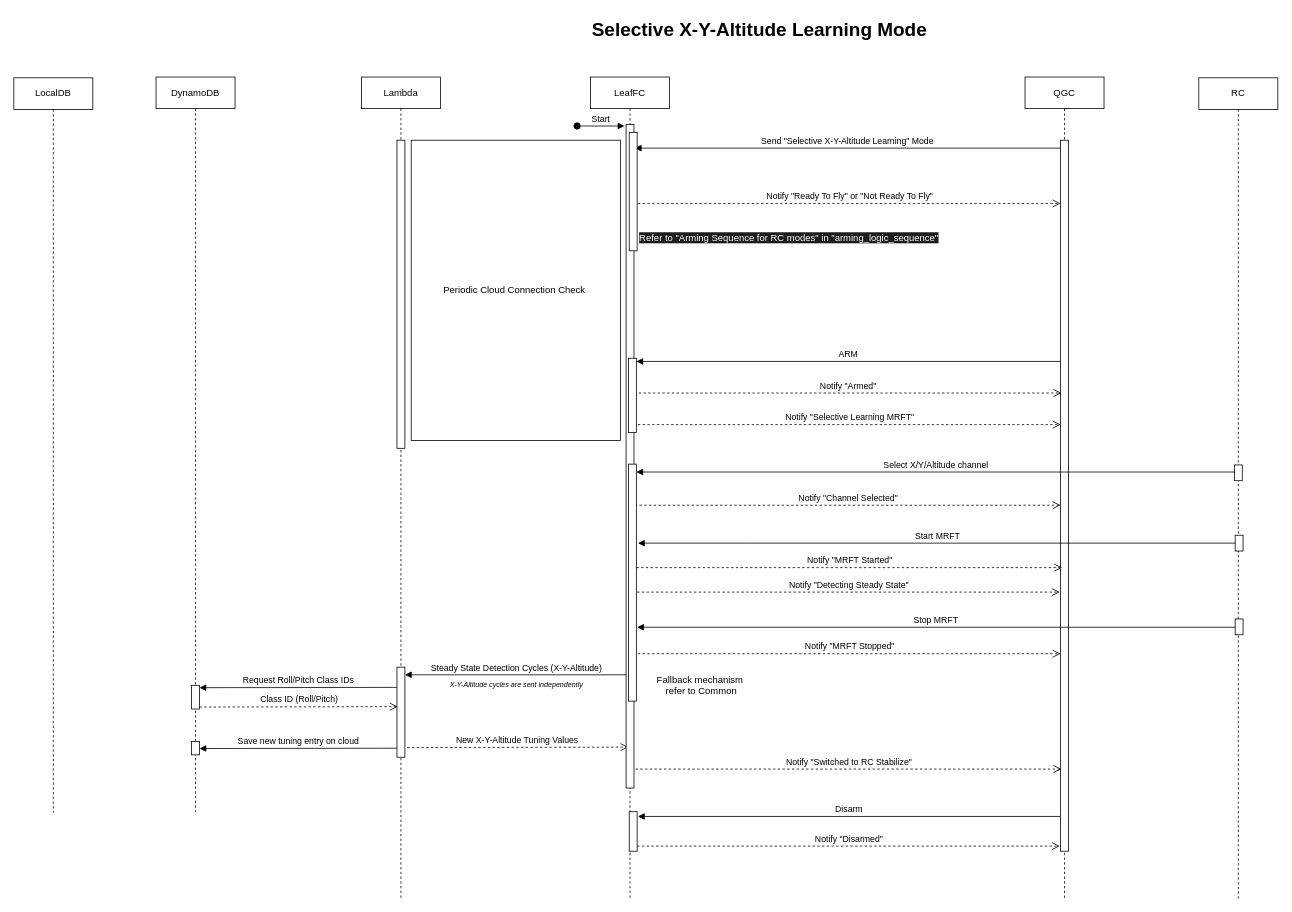
Earlier version of the draw.io diagram Guide/HEAR Software/Flight Modes/Modes Sequence Diagrams/X-Y-Altitude selective learning mode.drawio (DroneLeaf/HEAR_wiki). Source tidied: cells renumbered, new cells numbered last; positions are measured from the earlier drawing's top-left corner, leaving out a move shared by most shapes. Both pictures are drawn from the tidied source at 79%, with x=0, y=0 at pixel (13, 13).
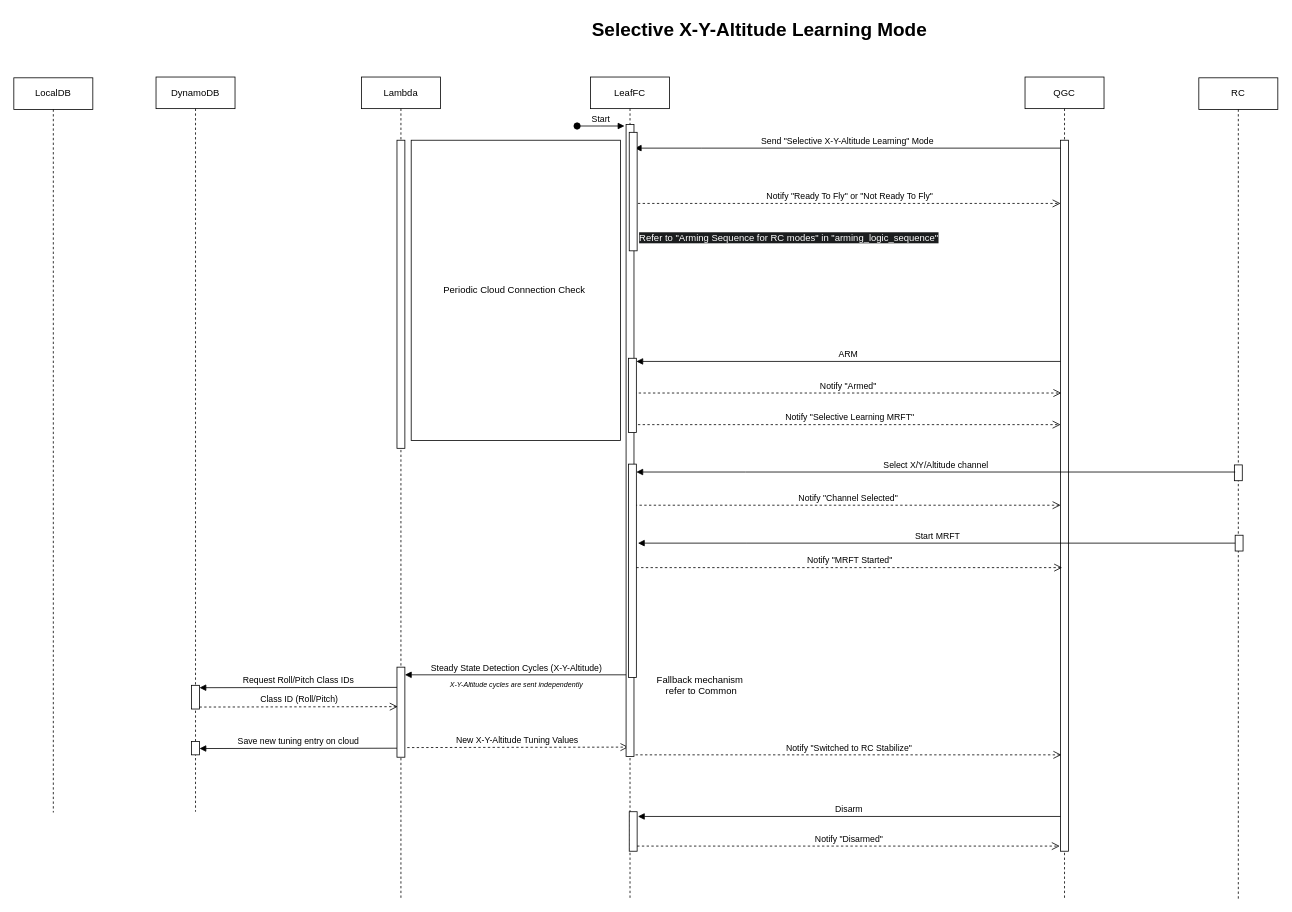
The same diagram, later.

Commit message (it also covers changes not shown here):
fixes to FSAC behaviour

The change refers to these unchanged cells:
```xml
<mxCell id="28" value="&lt;div&gt;RC&lt;/div&gt;" style="shape=umlLifeline;perimeter=lifelinePerimeter;whiteSpace=wrap;html=1;newEdgeStyle={&quot;edgeStyle&quot;:&quot;elbowEdgeStyle&quot;,&quot;elbow&quot;:&quot;vertical&quot;,&quot;curved&quot;:0,&quot;rounded&quot;:0};" parent="1" vertex="1">
  <mxGeometry x="1500" y="81" width="100" height="1039" as="geometry" />
</mxCell>
```

Diff of the diagram source:
```diff
@@
     <mxCell id="23" style="html=1;perimeter=orthogonalPerimeter;targetShapes=umlLifeline;newEdgeStyle={&quot;edgeStyle&quot;:&quot;elbowEdgeStyle&quot;,&quot;elbow&quot;:&quot;vertical&quot;,&quot;curved&quot;:0,&quot;rounded&quot;:0};" parent="1" vertex="1">
-      <mxGeometry x="775" y="140" width="10" height="840" as="geometry" />
+      <mxGeometry x="775" y="140" width="10" height="800" as="geometry" />
     </mxCell>
@@
     <mxCell id="26" style="html=1;points=[];perimeter=orthogonalPerimeter;outlineConnect=0;targetShapes=umlLifeline;portConstraint=eastwest;newEdgeStyle={&quot;edgeStyle&quot;:&quot;elbowEdgeStyle&quot;,&quot;elbow&quot;:&quot;vertical&quot;,&quot;curved&quot;:0,&quot;rounded&quot;:0};" parent="1" vertex="1">
-      <mxGeometry x="778" y="570" width="10" height="300" as="geometry" />
+      <mxGeometry x="778" y="570" width="10" height="270" as="geometry" />
     </mxCell>
@@
-    <mxCell id="30" style="html=1;points=[];perimeter=orthogonalPerimeter;outlineConnect=0;targetShapes=umlLifeline;portConstraint=eastwest;newEdgeStyle={&quot;edgeStyle&quot;:&quot;elbowEdgeStyle&quot;,&quot;elbow&quot;:&quot;vertical&quot;,&quot;curved&quot;:0,&quot;rounded&quot;:0};" parent="28" vertex="1">
-      <mxGeometry x="46" y="685" width="10" height="20" as="geometry" />
-    </mxCell>
@@
     <mxCell id="39" value="Notify&amp;nbsp;&quot;Switched to RC Stabilize&quot;" style="html=1;verticalAlign=bottom;endArrow=open;dashed=1;endSize=8;edgeStyle=elbowEdgeStyle;elbow=vertical;curved=0;rounded=0;" parent="1" edge="1">
       <mxGeometry relative="1" as="geometry">
-        <mxPoint x="787" y="956" as="sourcePoint" />
-        <mxPoint x="1326" y="956" as="targetPoint" />
+        <mxPoint x="787" y="938" as="sourcePoint" />
+        <mxPoint x="1326" y="938" as="targetPoint" />
         <Array as="points">
-          <mxPoint x="871" y="956" />
+          <mxPoint x="871" y="938" />
         </Array>
       </mxGeometry>
     </mxCell>
@@
-    <mxCell id="42" value="Stop MRFT" style="html=1;verticalAlign=bottom;endArrow=block;edgeStyle=elbowEdgeStyle;elbow=vertical;curved=0;rounded=0;" parent="1" edge="1" source="30">
-      <mxGeometry relative="1" as="geometry">
-        <mxPoint x="789" y="776.5" as="targetPoint" />
-        <Array as="points">
-          <mxPoint x="879" y="776.5" />
-        </Array>
-      </mxGeometry>
-    </mxCell>
-    <mxCell id="43" value="Notify&amp;nbsp;&quot;Detecting Steady State&quot;" style="html=1;verticalAlign=bottom;endArrow=open;dashed=1;endSize=8;edgeStyle=elbowEdgeStyle;elbow=vertical;curved=0;rounded=0;" parent="1" edge="1">
-      <mxGeometry relative="1" as="geometry">
-        <mxPoint x="789" y="732" as="sourcePoint" />
-        <mxPoint x="1324" y="732" as="targetPoint" />
-        <Array as="points">
-          <mxPoint x="869" y="732" />
-        </Array>
-      </mxGeometry>
-    </mxCell>
@@
-    <mxCell id="45" value="Notify&amp;nbsp;&quot;MRFT Stopped&quot;" style="html=1;verticalAlign=bottom;endArrow=open;dashed=1;endSize=8;edgeStyle=elbowEdgeStyle;elbow=vertical;curved=0;rounded=0;" parent="1" edge="1">
-      <mxGeometry relative="1" as="geometry">
-        <mxPoint x="790" y="810" as="sourcePoint" />
-        <mxPoint x="1325" y="810" as="targetPoint" />
-        <Array as="points">
-          <mxPoint x="870" y="810" />
-        </Array>
-      </mxGeometry>
-    </mxCell>
```
